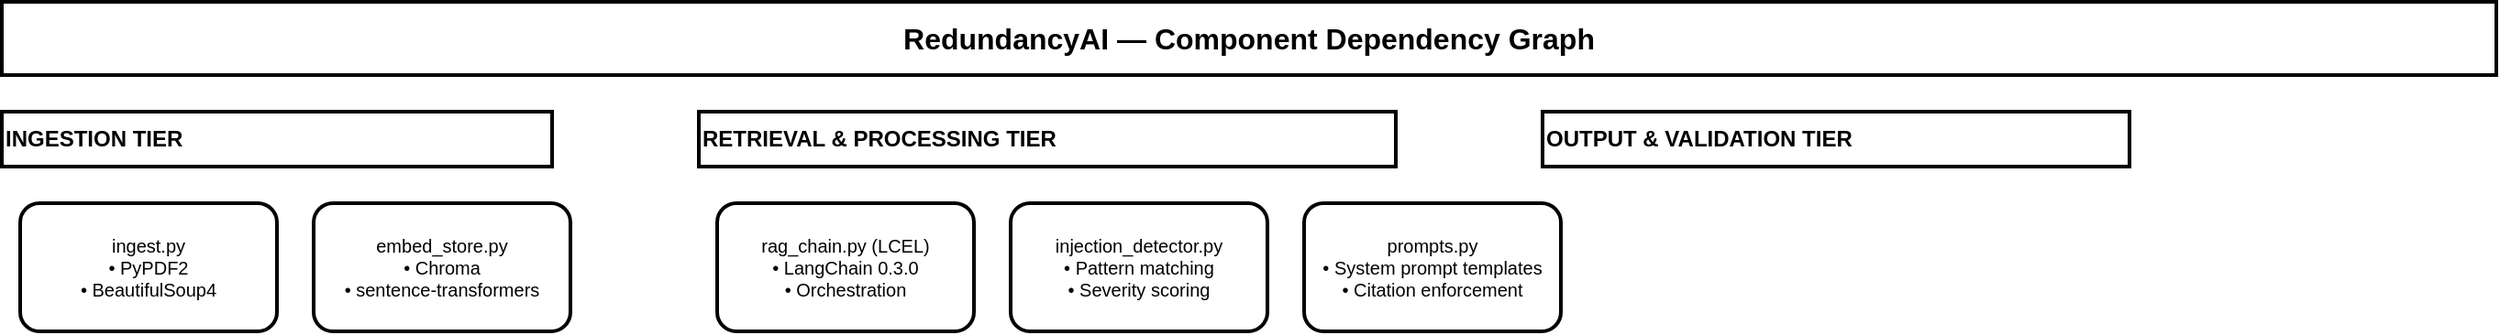
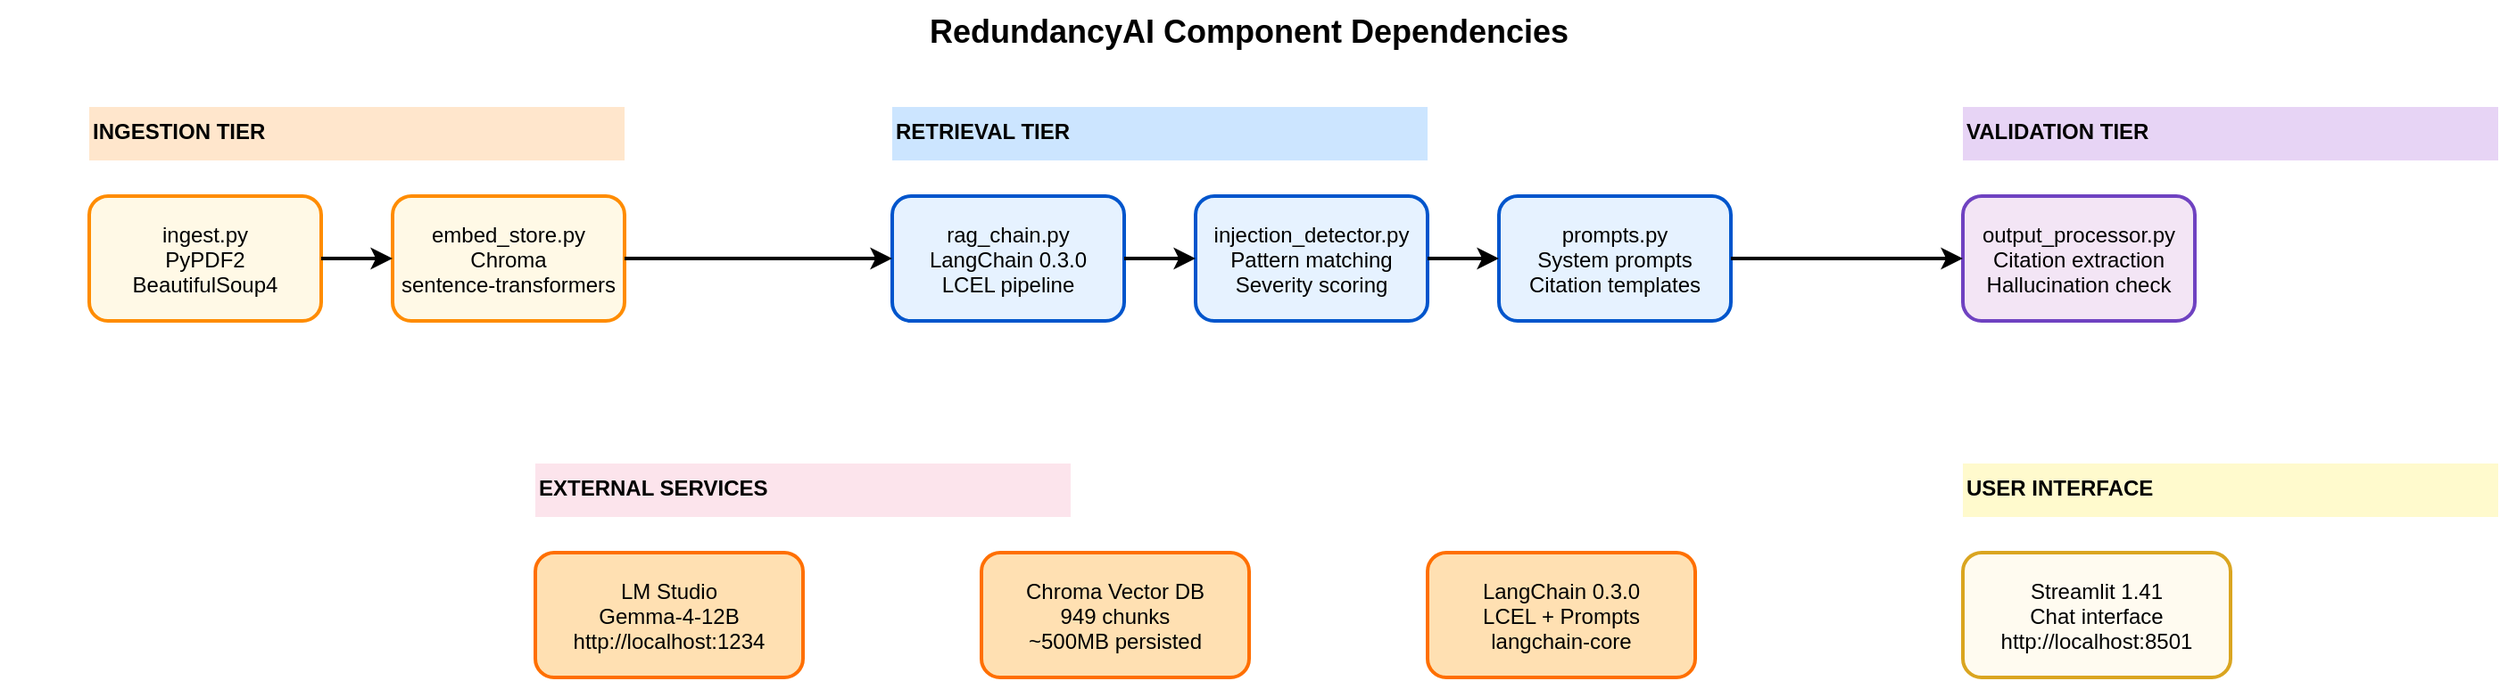
<?xml version="1.0" encoding="UTF-8"?>
<mxfile host="draw.io" modified="2026-07-21T00:00:00.000Z" agent="Claude Code" version="24.0" type="device">
  <diagram id="components" name="Component Dependencies">
-     <mxGraphModel dx="1200" dy="1000" grid="1" gridSize="10" guides="1" tooltips="1" connect="1" arrows="1" fold="1" page="1" pageScale="1" pageWidth="1400" pageHeight="900" background="#ffffff" math="0" shadow="0">
+     <mxGraphModel dx="1400" dy="1000" grid="1" gridSize="10" guides="1" tooltips="1" connect="1" arrows="1" fold="1" page="1" pageScale="1" pageWidth="1400" pageHeight="1000" background="#ffffff">
      <root>
        <mxCell id="0" />
        <mxCell id="1" parent="0" />
- 
-         <!-- Title -->
-         <mxCell id="title" value="RedundancyAI — Component Dependency Graph" style="rounded=0;whiteSpace=wrap;html=1;fillColor#f5f5f5;strokeColor#333;strokeWidth=2;fontSize=16;fontStyle=1;align=center" vertex="1" parent="1">
-           <mxGeometry x="20" y="10" width="1360" height="40" as="geometry" />
+         <mxCell id="title" value="RedundancyAI Component Dependencies" style="text;fontSize=18;fontStyle=1;align=center" vertex="1" parent="1">
+           <mxGeometry x="0" y="20" width="1400" height="40" as="geometry" />
        </mxCell>
- 
-         <!-- INGESTION TIER -->
-         <mxCell id="tier1" value="INGESTION TIER" style="rounded=0;whiteSpace=wrap;html=1;fillColor#FFE6CC;strokeColor#FF8C00;strokeWidth=2;fontSize=12;fontStyle=1;align=left" vertex="1" parent="1">
-           <mxGeometry x="20" y="70" width="300" height="30" as="geometry" />
+         <mxCell id="tier1_header" value="INGESTION TIER" style="text;fontSize=12;fontStyle=1;fillColor=#FFE6CC" vertex="1" parent="1">
+           <mxGeometry x="50" y="80" width="300" height="30" as="geometry" />
        </mxCell>
- 
-         <mxCell id="comp_ingest" value="ingest.py&#10;• PyPDF2&#10;• BeautifulSoup4" style="rounded=1;whiteSpace=wrap;html=1;fillColor#fff9e6;strokeColor#FF8C00;strokeWidth=2;fontSize=10" vertex="1" parent="1">
-           <mxGeometry x="30" y="120" width="140" height="70" as="geometry" />
+         <mxCell id="ingest" value="ingest.py&#10;PyPDF2&#10;BeautifulSoup4" style="rounded=1;fillColor=#fff9e6;strokeColor=#FF8C00;strokeWidth=2" vertex="1" parent="1">
+           <mxGeometry x="50" y="130" width="130" height="70" as="geometry" />
        </mxCell>
- 
-         <mxCell id="comp_vstore" value="embed_store.py&#10;• Chroma&#10;• sentence-transformers" style="rounded=1;whiteSpace=wrap;html=1;fillColor#fff9e6;strokeColor#FF8C00;strokeWidth=2;fontSize=10" vertex="1" parent="1">
-           <mxGeometry x="190" y="120" width="140" height="70" as="geometry" />
+         <mxCell id="vstore" value="embed_store.py&#10;Chroma&#10;sentence-transformers" style="rounded=1;fillColor=#fff9e6;strokeColor=#FF8C00;strokeWidth=2" vertex="1" parent="1">
+           <mxGeometry x="220" y="130" width="130" height="70" as="geometry" />
        </mxCell>
- 
-         <!-- RETRIEVAL TIER -->
-         <mxCell id="tier2" value="RETRIEVAL &amp; PROCESSING TIER" style="rounded=0;whiteSpace=wrap;html=1;fillColor#CCE5FF;strokeColor#0055CC;strokeWidth=2;fontSize=12;fontStyle=1;align=left" vertex="1" parent="1">
-           <mxGeometry x="400" y="70" width="380" height="30" as="geometry" />
+         <mxCell id="tier2_header" value="RETRIEVAL TIER" style="text;fontSize=12;fontStyle=1;fillColor=#CCE5FF" vertex="1" parent="1">
+           <mxGeometry x="500" y="80" width="300" height="30" as="geometry" />
        </mxCell>
- 
-         <mxCell id="comp_chain" value="rag_chain.py (LCEL)&#10;• LangChain 0.3.0&#10;• Orchestration" style="rounded=1;whiteSpace=wrap;html=1;fillColor#e6f2ff;strokeColor#0055CC;strokeWidth=2;fontSize=10" vertex="1" parent="1">
-           <mxGeometry x="410" y="120" width="140" height="70" as="geometry" />
+         <mxCell id="chain" value="rag_chain.py&#10;LangChain 0.3.0&#10;LCEL pipeline" style="rounded=1;fillColor=#e6f2ff;strokeColor=#0055CC;strokeWidth=2" vertex="1" parent="1">
+           <mxGeometry x="500" y="130" width="130" height="70" as="geometry" />
        </mxCell>
- 
-         <mxCell id="comp_injdet" value="injection_detector.py&#10;• Pattern matching&#10;• Severity scoring" style="rounded=1;whiteSpace=wrap;html=1;fillColor#e6f2ff;strokeColor#0055CC;strokeWidth=2;fontSize=10" vertex="1" parent="1">
-           <mxGeometry x="570" y="120" width="140" height="70" as="geometry" />
+         <mxCell id="injdet" value="injection_detector.py&#10;Pattern matching&#10;Severity scoring" style="rounded=1;fillColor=#e6f2ff;strokeColor=#0055CC;strokeWidth=2" vertex="1" parent="1">
+           <mxGeometry x="670" y="130" width="130" height="70" as="geometry" />
        </mxCell>
- 
-         <mxCell id="comp_prompt" value="prompts.py&#10;• System prompt templates&#10;• Citation enforcement" style="rounded=1;whiteSpace=wrap;html=1;fillColor#e6f2ff;strokeColor#0055CC;strokeWidth=2;fontSize=10" vertex="1" parent="1">
-           <mxGeometry x="730" y="120" width="140" height="70" as="geometry" />
+         <mxCell id="prompts" value="prompts.py&#10;System prompts&#10;Citation templates" style="rounded=1;fillColor=#e6f2ff;strokeColor=#0055CC;strokeWidth=2" vertex="1" parent="1">
+           <mxGeometry x="840" y="130" width="130" height="70" as="geometry" />
        </mxCell>
- 
-         <!-- OUTPUT TIER -->
-         <mxCell id="tier3" value="OUTPUT &amp; VALIDATION TIER" style="rounded=0;whiteSpace=wrap;html=1;fillColor#E7D4F5;strokeColor#6F42C1;strokeWidth=2;fontSize=12;fontStyle=1;align=left" vertex="1" parent="1">
-           <mxGeometry x="860" y="70" width="320" height="30" as="geometry" />
+         <mxCell id="tier3_header" value="VALIDATION TIER" style="text;fontSize=12;fontStyle=1;fillColor=#E7D4F5" vertex="1" parent="1">
+           <mxGeometry x="1100" y="80" width="300" height="30" as="geometry" />
+         </mxCell>
+         <mxCell id="outproc" value="output_processor.py&#10;Citation extraction&#10;Hallucination check" style="rounded=1;fillColor=#f3e5f5;strokeColor=#6F42C1;strokeWidth=2" vertex="1" parent="1">
+           <mxGeometry x="1100" y="130" width="130" height="70" as="geometry" />
+         </mxCell>
+         <mxCell id="ext_header" value="EXTERNAL SERVICES" style="text;fontSize=12;fontStyle=1;fillColor=#fce4ec" vertex="1" parent="1">
+           <mxGeometry x="300" y="280" width="300" height="30" as="geometry" />
+         </mxCell>
+         <mxCell id="lmstudio" value="LM Studio&#10;Gemma-4-12B&#10;http://localhost:1234" style="rounded=1;fillColor=#ffe0b2;strokeColor=#ff6f00;strokeWidth=2" vertex="1" parent="1">
+           <mxGeometry x="300" y="330" width="150" height="70" as="geometry" />
+         </mxCell>
+         <mxCell id="chroma" value="Chroma Vector DB&#10;949 chunks&#10;~500MB persisted" style="rounded=1;fillColor=#ffe0b2;strokeColor=#ff6f00;strokeWidth=2" vertex="1" parent="1">
+           <mxGeometry x="550" y="330" width="150" height="70" as="geometry" />
+         </mxCell>
+         <mxCell id="langchain" value="LangChain 0.3.0&#10;LCEL + Prompts&#10;langchain-core" style="rounded=1;fillColor=#ffe0b2;strokeColor=#ff6f00;strokeWidth=2" vertex="1" parent="1">
+           <mxGeometry x="800" y="330" width="150" height="70" as="geometry" />
+         </mxCell>
+         <mxCell id="ui_header" value="USER INTERFACE" style="text;fontSize=12;fontStyle=1;fillColor=#FFFACD" vertex="1" parent="1">
+           <mxGeometry x="1100" y="280" width="300" height="30" as="geometry" />
+         </mxCell>
+         <mxCell id="streamlit" value="Streamlit 1.41&#10;Chat interface&#10;http://localhost:8501" style="rounded=1;fillColor=#fffbf0;strokeColor=#DAA520;strokeWidth=2" vertex="1" parent="1">
+           <mxGeometry x="1100" y="330" width="150" height="70" as="geometry" />
+         </mxCell>
+         <mxCell id="e1" value="" style="edgeStyle=orthogonalEdgeStyle;rounded=0;endArrow=classic;strokeWidth=2" edge="1" parent="1" source="ingest" target="vstore">
+           <mxGeometry relative="1" as="geometry" />
+         </mxCell>
+         <mxCell id="e2" value="" style="edgeStyle=orthogonalEdgeStyle;rounded=0;endArrow=classic;strokeWidth=2" edge="1" parent="1" source="vstore" target="chain">
+           <mxGeometry relative="1" as="geometry">
+             <mxPoint x="350" y="165" as="sourcePoint" />
+             <mxPoint x="500" y="165" as="targetPoint" />
+           </mxGeometry>
+         </mxCell>
+         <mxCell id="e3" value="" style="edgeStyle=orthogonalEdgeStyle;rounded=0;endArrow=classic;strokeWidth=2" edge="1" parent="1" source="chain" target="injdet">
+           <mxGeometry relative="1" as="geometry" />
+         </mxCell>
+         <mxCell id="e4" value="" style="edgeStyle=orthogonalEdgeStyle;rounded=0;endArrow=classic;strokeWidth=2" edge="1" parent="1" source="injdet" target="prompts">
+           <mxGeometry relative="1" as="geometry" />
+         </mxCell>
+         <mxCell id="e5" value="" style="edgeStyle=orthogonalEdgeStyle;rounded=0;endArrow=classic;strokeWidth=2" edge="1" parent="1" source="prompts" target="outproc">
+           <mxGeometry relative="1" as="geometry">
+             <mxPoint x="970" y="165" as="sourcePoint" />
+             <mxPoint x="1100" y="165" as="targetPoint" />
+           </mxGeometry>
+         </mxCell>
+       </root>
+     </mxGraphModel>
+   </diagram>
+ </mxfile>